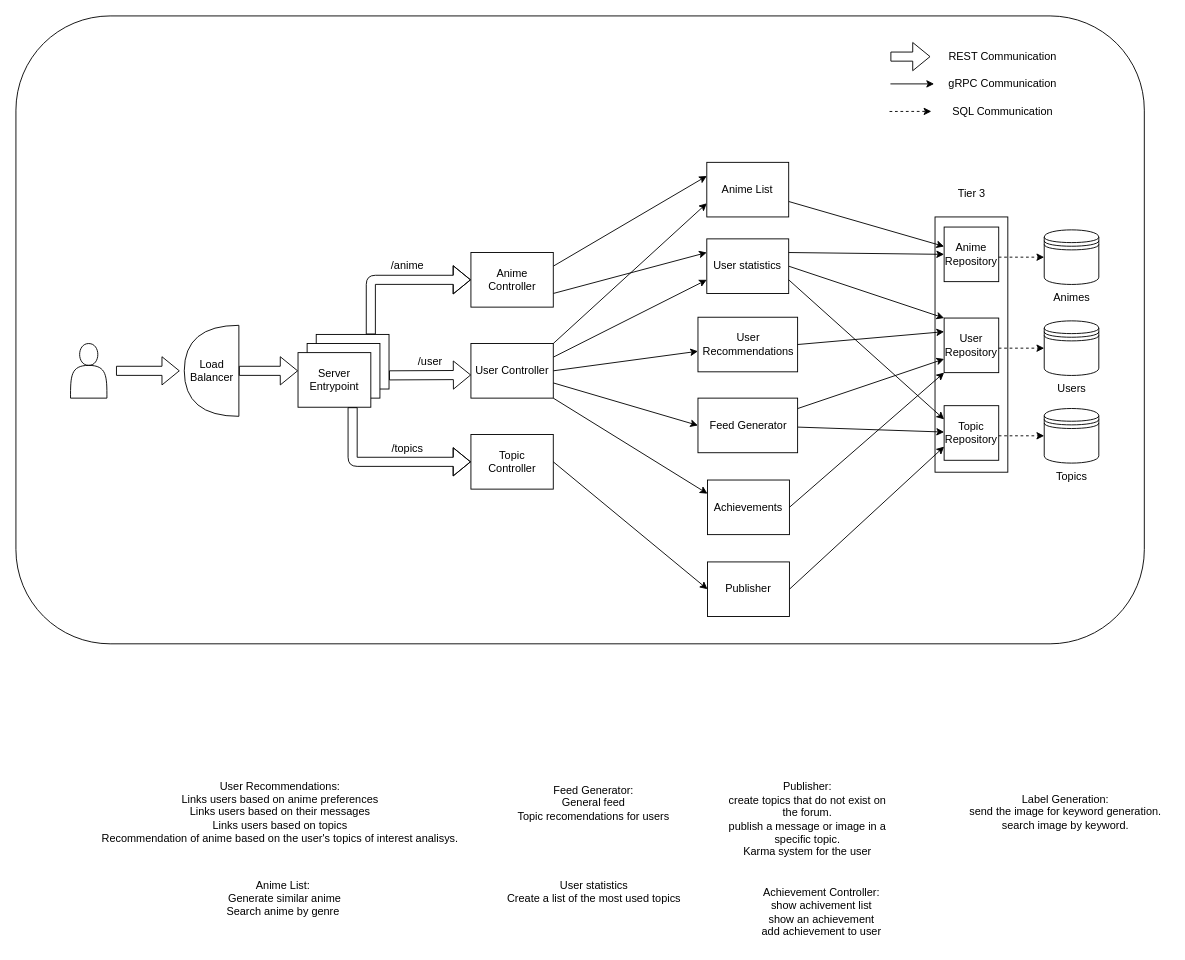
This is draw.drawio from GoncaloP0710/Ani-F0rum, a draw.io file, before an edit. Source tidied: cells renumbered, new cells numbered last; positions are measured from the earlier drawing's top-left corner, leaving out a move shared by most shapes. Both pictures are drawn from the tidied source at 91%, with x=0, y=0 at pixel (15, 15).
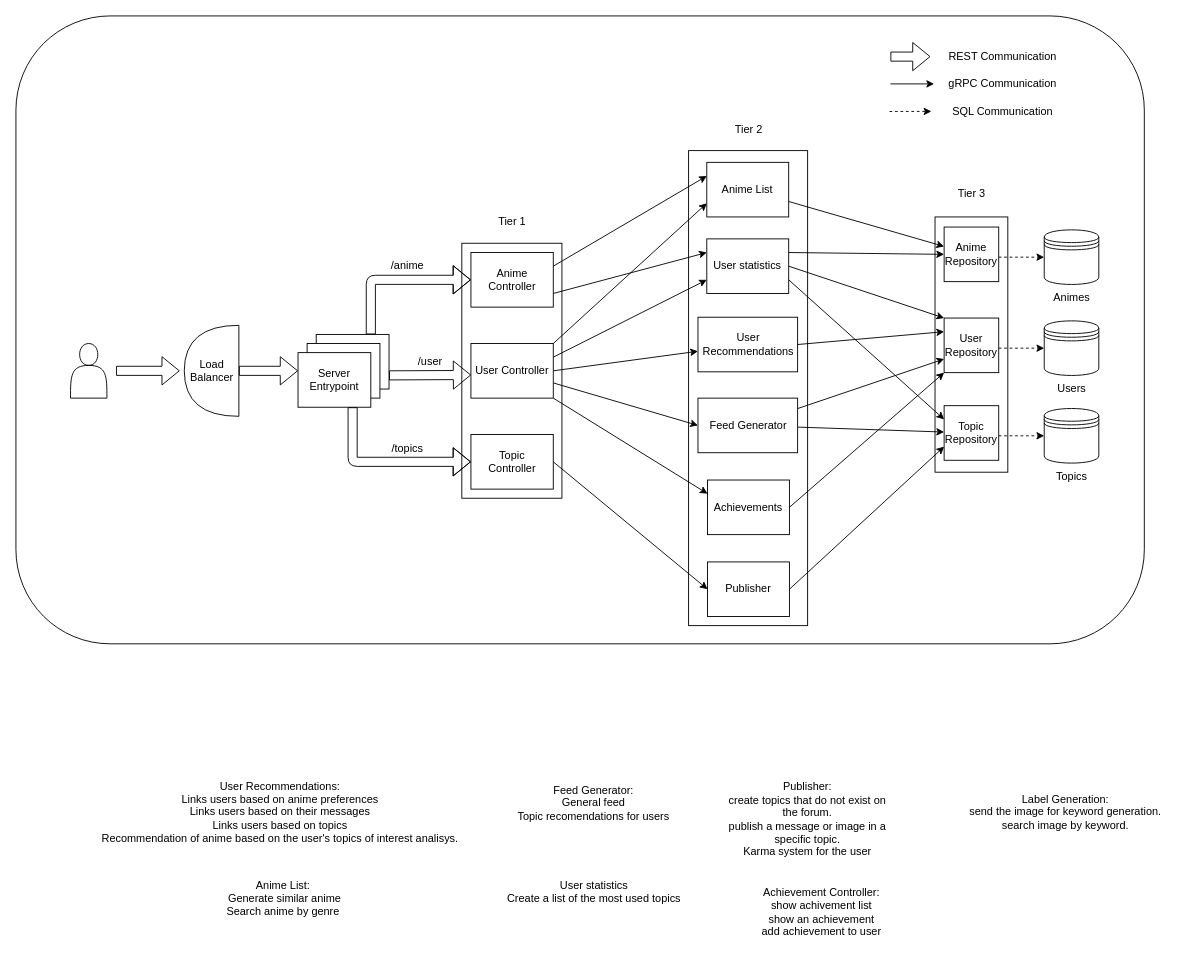
The same diagram, later.

Commit message:
Diogo quis deixar bonito

What changed in the source:
```diff
@@
+    <mxCell id="70" style="rounded=0;whiteSpace=wrap;html=1;" parent="1" vertex="1">
+      <mxGeometry x="739.2" y="148" width="130.8" height="522" as="geometry" />
+    </mxCell>
+    <mxCell id="71" style="rounded=0;whiteSpace=wrap;html=1;" parent="1" vertex="1">
+      <mxGeometry x="490" y="249.8" width="110" height="280.2" as="geometry" />
+    </mxCell>
@@
+    <mxCell id="72" value="Tier 1" style="text;html=1;align=center;verticalAlign=middle;strokeColor=none;fillColor=none;" parent="1" vertex="1">
+      <mxGeometry x="520" y="210.9" width="50" height="30" as="geometry" />
+    </mxCell>
+    <mxCell id="73" value="Tier 2" style="text;html=1;align=center;verticalAlign=middle;strokeColor=none;fillColor=none;" parent="1" vertex="1">
+      <mxGeometry x="780" y="110" width="50" height="30" as="geometry" />
+    </mxCell>
```
